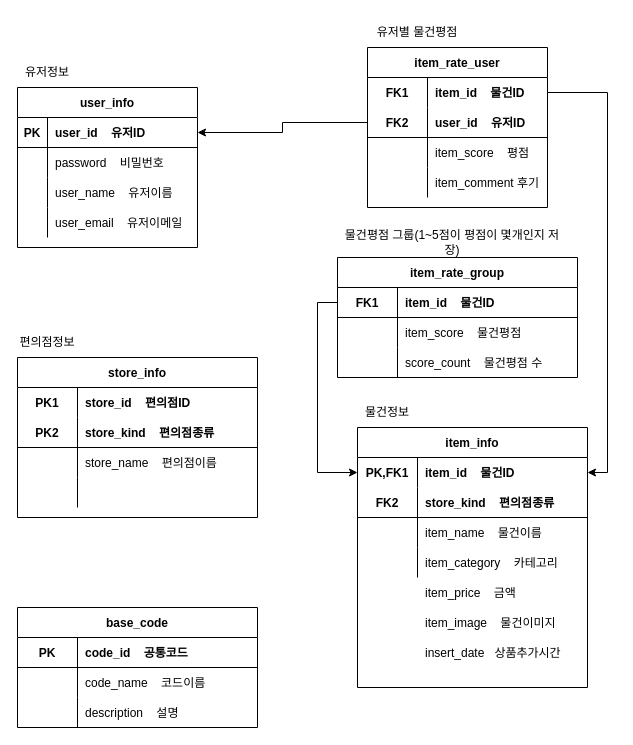
This is project_document/diagram/guru.drawio from CVS-GURU/CVS-GURU-BACK, a draw.io file, before an edit. Source tidied: cells renumbered, new cells numbered last; positions are measured from the earlier drawing's top-left corner, leaving out a move shared by most shapes. Both pictures are drawn from the tidied source at 100%, with x=0, y=0 at pixel (17, 17).
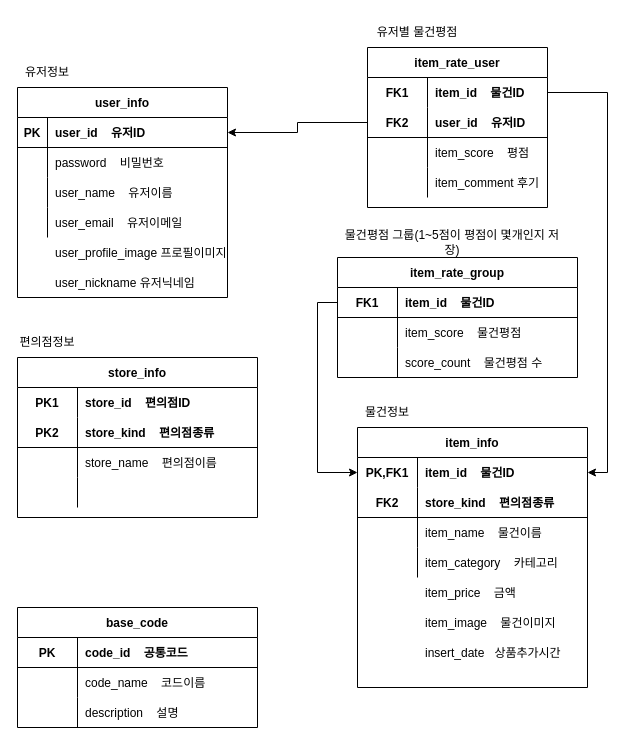
The same diagram, later.

Change to the diagram source:
```diff
@@
     <mxCell id="6" value="user_info" style="shape=table;startSize=30;childLayout=tableLayout;rowLines=0;fontStyle=1;align=center;" parent="1" vertex="1">
-      <mxGeometry y="70" width="180" height="160" as="geometry" />
+      <mxGeometry y="70" width="210" height="210" as="geometry" />
     </mxCell>
     <mxCell id="7" style="shape=partialRectangle;fillColor=none;top=0;left=0;bottom=1;right=0;points=[[0,0.5],[1,0.5]];portConstraint=eastwest;" parent="6" vertex="1">
-      <mxGeometry y="30" width="180" height="30" as="geometry" />
+      <mxGeometry y="30" width="210" height="30" as="geometry" />
     </mxCell>
@@
     <mxCell id="9" value="user_id    유저ID" style="shape=partialRectangle;fillColor=none;top=0;left=0;bottom=0;right=0;align=left;spacingLeft=6;fontStyle=1;overflow=hidden;" parent="7" vertex="1">
-      <mxGeometry x="30" width="150" height="30" as="geometry" />
+      <mxGeometry x="30" width="180" height="30" as="geometry" />
     </mxCell>
     <mxCell id="10" style="shape=partialRectangle;fillColor=none;top=0;left=0;bottom=0;right=0;" parent="6" vertex="1">
-      <mxGeometry y="60" width="180" height="30" as="geometry" />
+      <mxGeometry y="60" width="210" height="30" as="geometry" />
     </mxCell>
@@
     <mxCell id="12" value="password    비밀번호" style="shape=partialRectangle;fillColor=none;top=0;left=0;bottom=0;right=0;align=left;spacingLeft=6;overflow=hidden;" parent="10" vertex="1">
-      <mxGeometry x="30" width="150" height="30" as="geometry" />
+      <mxGeometry x="30" width="180" height="30" as="geometry" />
     </mxCell>
     <mxCell id="13" style="shape=partialRectangle;fillColor=none;top=0;left=0;bottom=0;right=0;" parent="6" vertex="1">
-      <mxGeometry y="90" width="180" height="30" as="geometry" />
+      <mxGeometry y="90" width="210" height="30" as="geometry" />
     </mxCell>
@@
     <mxCell id="15" value="user_name    유저이름" style="shape=partialRectangle;fillColor=none;top=0;left=0;bottom=0;right=0;align=left;spacingLeft=6;overflow=hidden;" parent="13" vertex="1">
-      <mxGeometry x="30" width="150" height="30" as="geometry" />
+      <mxGeometry x="30" width="180" height="30" as="geometry" />
     </mxCell>
     <mxCell id="16" style="shape=partialRectangle;fillColor=none;top=0;left=0;bottom=0;right=0;" parent="6" vertex="1">
-      <mxGeometry y="120" width="180" height="30" as="geometry" />
+      <mxGeometry y="120" width="210" height="30" as="geometry" />
     </mxCell>
@@
     <mxCell id="18" value="user_email    유저이메일" style="shape=partialRectangle;fillColor=none;top=0;left=0;bottom=0;right=0;align=left;spacingLeft=6;overflow=hidden;" parent="16" vertex="1">
-      <mxGeometry x="30" width="150" height="30" as="geometry" />
+      <mxGeometry x="30" width="180" height="30" as="geometry" />
     </mxCell>
@@
+    <mxCell id="87" value="user_nickname 유저닉네임" style="shape=partialRectangle;fillColor=none;top=0;left=0;bottom=0;right=0;align=left;spacingLeft=6;overflow=hidden;" parent="1" vertex="1">
+      <mxGeometry x="30" y="250" width="150" height="30" as="geometry" />
+    </mxCell>
+    <mxCell id="88" value="user_profile_image 프로필이미지" style="shape=partialRectangle;fillColor=none;top=0;left=0;bottom=0;right=0;align=left;spacingLeft=6;overflow=hidden;" parent="1" vertex="1">
+      <mxGeometry x="30" y="220" width="180" height="30" as="geometry" />
+    </mxCell>
```
